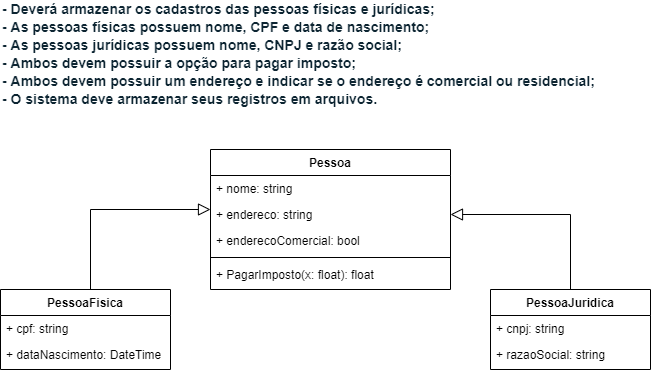
Earlier version of the draw.io export uc12/sa2/Diagrama de classes.drawio.png (v5mvidal/senai). Source tidied: cells renumbered, new cells last; positions are measured from the earlier drawing's top-left corner, leaving out a move shared by most shapes.
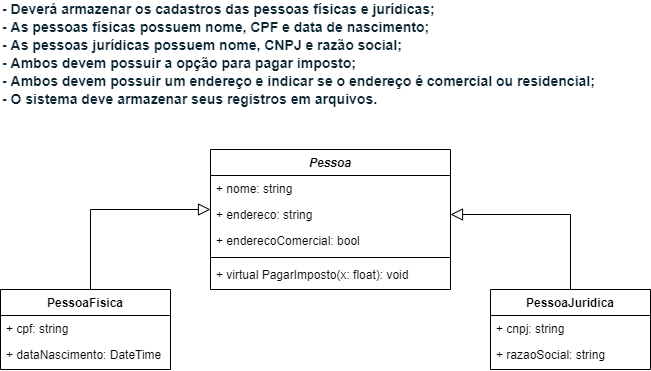
Above is the later version.

Commit message:
refactor: melhorias no diagrama de classes

Change to the diagram source:
```diff
@@ -2,7 +2,7 @@
   <root>
     <mxCell id="0" />
     <mxCell id="1" parent="0" />
-    <mxCell id="2" value="Pessoa" style="swimlane;fontStyle=1;align=center;verticalAlign=top;horizontal=1;startSize=26;rounded=0;shadow=0;strokeWidth=1;" parent="1" vertex="1">
+    <mxCell id="2" value="Pessoa" style="swimlane;fontStyle=3;align=center;verticalAlign=top;horizontal=1;startSize=26;rounded=0;shadow=0;strokeWidth=1;" parent="1" vertex="1">
       <mxGeometry x="210" y="140" width="240" height="140" as="geometry" />
     </mxCell>
     <mxCell id="3" value="+ nome: string" style="text;align=left;verticalAlign=top;spacingLeft=4;spacingRight=4;overflow=hidden;" parent="2" vertex="1">
@@ -17,7 +17,7 @@
     <mxCell id="6" style="line;html=1;strokeWidth=1;align=left;verticalAlign=middle;spacingTop=-1;spacingLeft=3;spacingRight=3;labelPosition=right;" parent="2" vertex="1">
       <mxGeometry y="104" width="240" height="8" as="geometry" />
     </mxCell>
-    <mxCell id="7" value="+ PagarImposto(x: float): float" style="text;align=left;verticalAlign=top;spacingLeft=4;spacingRight=4;overflow=hidden;" parent="2" vertex="1">
+    <mxCell id="7" value="+ virtual PagarImposto(x: float): void" style="text;align=left;verticalAlign=top;spacingLeft=4;spacingRight=4;overflow=hidden;" parent="2" vertex="1">
       <mxGeometry y="112" width="240" height="26" as="geometry" />
     </mxCell>
     <mxCell id="8" value="PessoaFisica" style="swimlane;fontStyle=1;align=center;verticalAlign=top;horizontal=1;startSize=26;rounded=0;shadow=0;strokeWidth=1;" parent="1" vertex="1">
```
